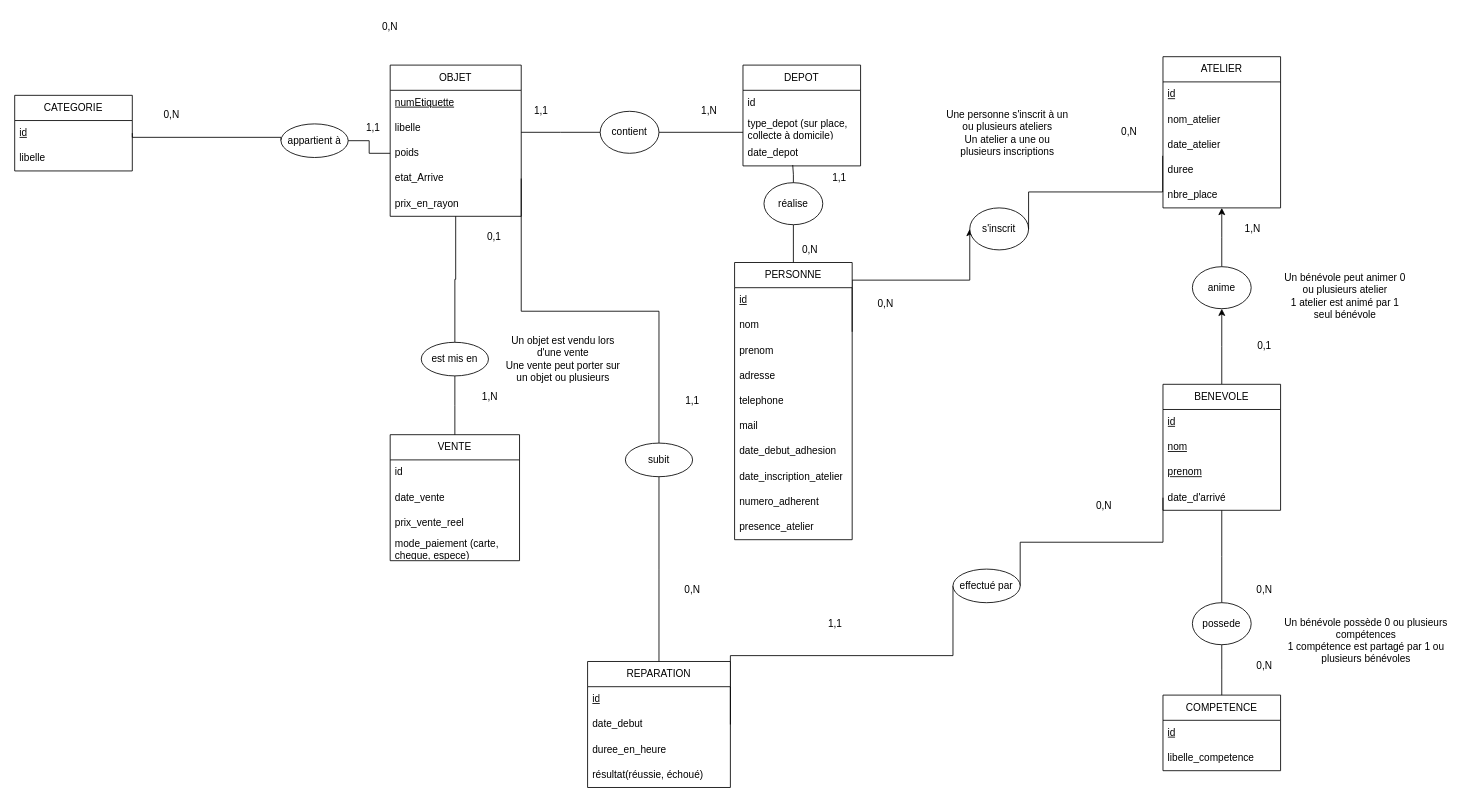
Earlier version of the draw.io diagram schema_EA_adatabase.drawio (gdiaby2403/repo1). Source tidied: cells renumbered, new cells numbered last; positions are measured from the earlier drawing's top-left corner, leaving out a move shared by most shapes. Both pictures are drawn from the tidied source at 84%, with x=0, y=0 at pixel (14, 14).
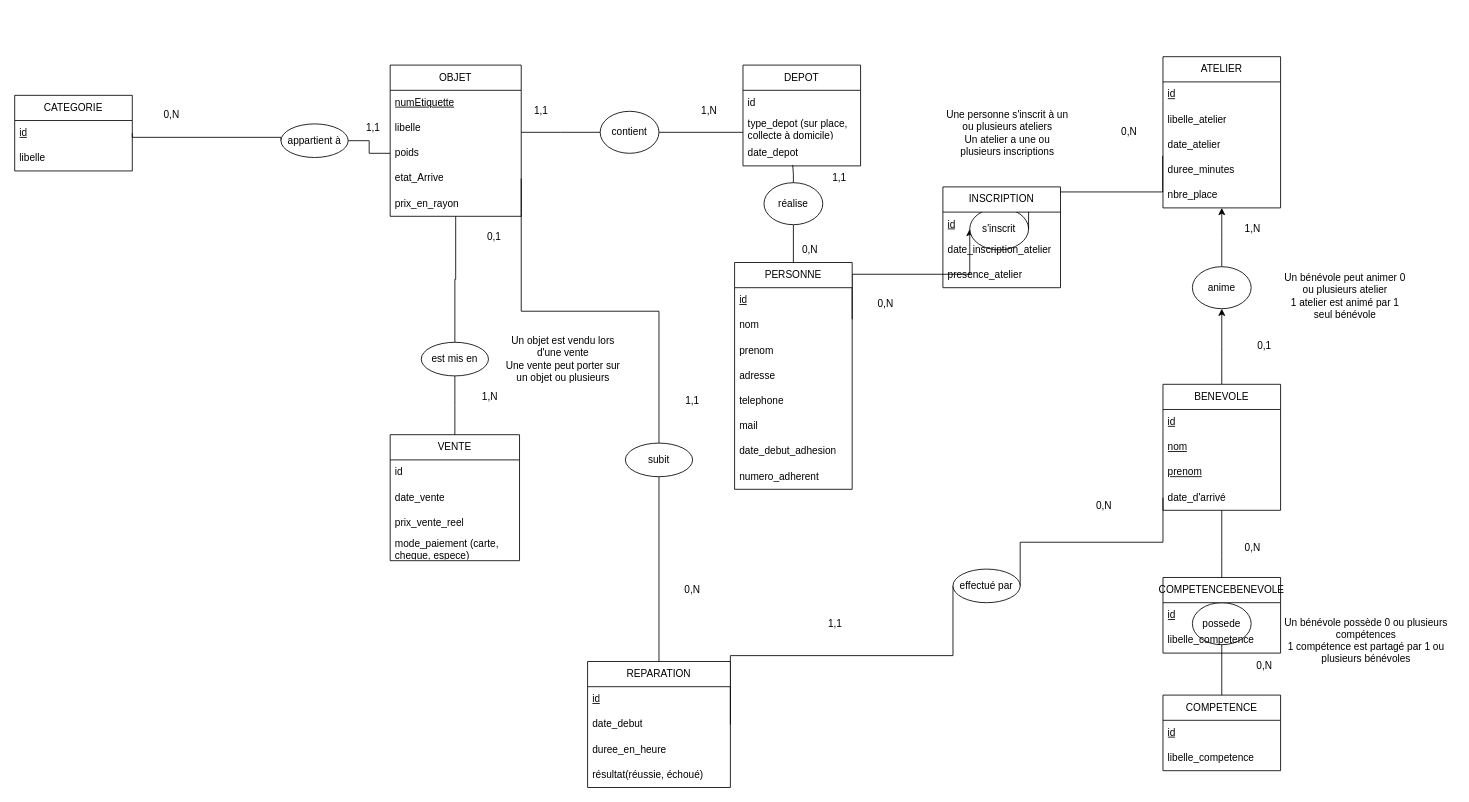
The same diagram, later.

Commit message:
Mettre à jour schema_EA_adatabase.drawio

The change refers to these unchanged cells:
```xml
<mxCell id="72" value="ATELIER" style="swimlane;fontStyle=0;horizontal=1;startSize=30;whiteSpace=wrap;html=1;" parent="1" vertex="1">
  <mxGeometry x="1367" y="50" width="140" height="180" as="geometry" />
</mxCell>
```

Change to the diagram source:
```diff
@@
     <mxCell id="34" value="PERSONNE" style="swimlane;fontStyle=0;horizontal=1;startSize=30;whiteSpace=wrap;html=1;" parent="1" vertex="1">
-      <mxGeometry x="857" y="295" width="140" height="330" as="geometry" />
+      <mxGeometry x="857" y="295" width="140" height="270" as="geometry" />
     </mxCell>
@@
-    <mxCell id="42" value="date_inscription_atelier" style="text;strokeColor=none;fillColor=none;align=left;verticalAlign=middle;spacingLeft=4;spacingRight=4;overflow=hidden;whiteSpace=wrap;html=1;" parent="34" vertex="1">
-      <mxGeometry y="240" width="140" height="30" as="geometry" />
-    </mxCell>
     <mxCell id="43" value="numero_adherent" style="text;strokeColor=none;fillColor=none;align=left;verticalAlign=middle;spacingLeft=4;spacingRight=4;overflow=hidden;whiteSpace=wrap;html=1;" parent="34" vertex="1">
-      <mxGeometry y="270" width="140" height="30" as="geometry" />
+      <mxGeometry y="240" width="140" height="30" as="geometry" />
     </mxCell>
-    <mxCell id="44" value="presence_atelier" style="text;strokeColor=none;fillColor=none;align=left;verticalAlign=middle;spacingLeft=4;spacingRight=4;overflow=hidden;whiteSpace=wrap;html=1;" parent="34" vertex="1">
-      <mxGeometry y="300" width="140" height="30" as="geometry" />
-    </mxCell>
     <mxCell id="45" value="0,N" style="text;html=1;whiteSpace=wrap;strokeColor=none;fillColor=none;align=center;verticalAlign=middle;rounded=0;" parent="1" vertex="1">
-      <mxGeometry x="1458" y="670" width="60" height="30" as="geometry" />
+      <mxGeometry x="1444" y="620" width="60" height="30" as="geometry" />
     </mxCell>
@@
-    <mxCell id="74" value="nom_atelier" style="text;strokeColor=none;fillColor=none;align=left;verticalAlign=middle;spacingLeft=4;spacingRight=4;overflow=hidden;whiteSpace=wrap;html=1;" parent="72" vertex="1">
+    <mxCell id="74" value="libelle_atelier" style="text;strokeColor=none;fillColor=none;align=left;verticalAlign=middle;spacingLeft=4;spacingRight=4;overflow=hidden;whiteSpace=wrap;html=1;" parent="72" vertex="1">
       <mxGeometry y="60" width="140" height="30" as="geometry" />
     </mxCell>
@@
-    <mxCell id="76" value="duree" style="text;strokeColor=none;fillColor=none;align=left;verticalAlign=middle;spacingLeft=4;spacingRight=4;overflow=hidden;whiteSpace=wrap;html=1;" parent="72" vertex="1">
+    <mxCell id="76" value="duree_minutes" style="text;strokeColor=none;fillColor=none;align=left;verticalAlign=middle;spacingLeft=4;spacingRight=4;overflow=hidden;whiteSpace=wrap;html=1;" parent="72" vertex="1">
       <mxGeometry y="120" width="140" height="30" as="geometry" />
     </mxCell>
@@
-    <mxCell id="85" value="0,N" style="text;html=1;whiteSpace=wrap;strokeColor=none;fillColor=none;align=center;verticalAlign=middle;rounded=0;" parent="1" vertex="1">
-      <mxGeometry x="417" width="60" height="30" as="geometry" />
-    </mxCell>
@@
+    <mxCell id="100" value="INSCRIPTION" style="swimlane;fontStyle=0;horizontal=1;startSize=30;whiteSpace=wrap;html=1;" parent="1" vertex="1">
+      <mxGeometry x="1105" y="205" width="140" height="120" as="geometry" />
+    </mxCell>
+    <mxCell id="101" value="&lt;u&gt;id&lt;/u&gt;" style="text;strokeColor=none;fillColor=none;align=left;verticalAlign=middle;spacingLeft=4;spacingRight=4;overflow=hidden;whiteSpace=wrap;html=1;" parent="100" vertex="1">
+      <mxGeometry y="30" width="140" height="30" as="geometry" />
+    </mxCell>
+    <mxCell id="42" value="date_inscription_atelier" style="text;strokeColor=none;fillColor=none;align=left;verticalAlign=middle;spacingLeft=4;spacingRight=4;overflow=hidden;whiteSpace=wrap;html=1;" parent="100" vertex="1">
+      <mxGeometry y="60" width="140" height="30" as="geometry" />
+    </mxCell>
+    <mxCell id="44" value="presence_atelier" style="text;strokeColor=none;fillColor=none;align=left;verticalAlign=middle;spacingLeft=4;spacingRight=4;overflow=hidden;whiteSpace=wrap;html=1;" parent="100" vertex="1">
+      <mxGeometry y="90" width="140" height="30" as="geometry" />
+    </mxCell>
+    <mxCell id="102" value="COMPETENCEBENEVOLE" style="swimlane;fontStyle=0;horizontal=1;startSize=30;whiteSpace=wrap;html=1;" parent="1" vertex="1">
+      <mxGeometry x="1367" y="670" width="140" height="90" as="geometry" />
+    </mxCell>
+    <mxCell id="103" value="&lt;u&gt;id&lt;/u&gt;" style="text;strokeColor=none;fillColor=none;align=left;verticalAlign=middle;spacingLeft=4;spacingRight=4;overflow=hidden;whiteSpace=wrap;html=1;" parent="102" vertex="1">
+      <mxGeometry y="30" width="140" height="30" as="geometry" />
+    </mxCell>
+    <mxCell id="104" value="libelle_competence" style="text;strokeColor=none;fillColor=none;align=left;verticalAlign=middle;spacingLeft=4;spacingRight=4;overflow=hidden;whiteSpace=wrap;html=1;" parent="102" vertex="1">
+      <mxGeometry y="60" width="140" height="30" as="geometry" />
+    </mxCell>
```
